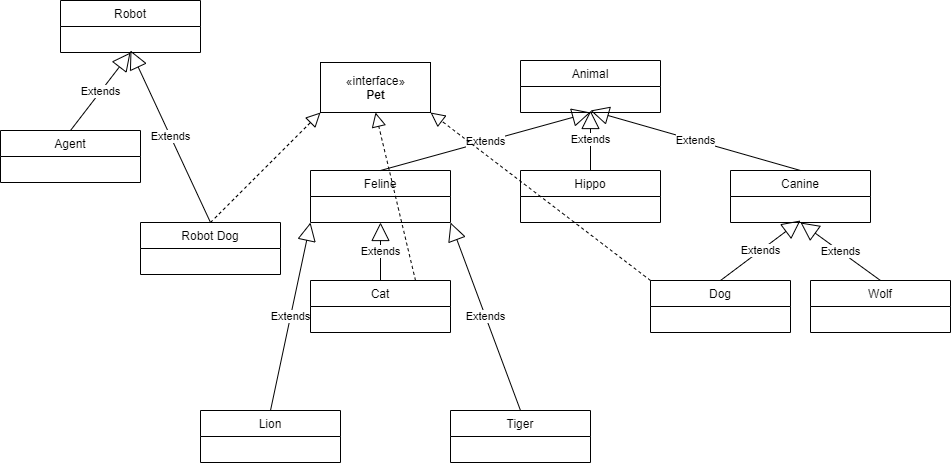
The draw.io diagram images/animal-lab-uml.png in efoxblack/pcLab, before a commit. Source tidied: cells renumbered, new cells last; positions are measured from the earlier drawing's top-left corner, leaving out a move shared by most shapes. The source it was exported from:
```xml
<mxGraphModel>
  <root>
    <mxCell id="0" />
    <mxCell id="1" parent="0" />
    <mxCell id="2" value="«interface»&lt;br&gt;&lt;b&gt;Pet&lt;/b&gt;" style="html=1;" parent="1" vertex="1">
      <mxGeometry x="320" y="62" width="110" height="50" as="geometry" />
    </mxCell>
    <mxCell id="3" value="Canine" style="swimlane;fontStyle=0;horizontal=1;startSize=26;fillColor=none;" parent="1" vertex="1">
      <mxGeometry x="730" y="170" width="140" height="52" as="geometry" />
    </mxCell>
    <mxCell id="4" value="Feline" style="swimlane;fontStyle=0;horizontal=1;startSize=26;fillColor=none;" parent="1" vertex="1">
      <mxGeometry x="310" y="170" width="140" height="52" as="geometry" />
    </mxCell>
    <mxCell id="5" value="Hippo" style="swimlane;fontStyle=0;horizontal=1;startSize=26;fillColor=none;" parent="1" vertex="1">
      <mxGeometry x="520" y="170" width="140" height="52" as="geometry" />
    </mxCell>
    <mxCell id="6" value="Animal" style="swimlane;fontStyle=0;horizontal=1;startSize=26;fillColor=none;" parent="1" vertex="1">
      <mxGeometry x="520" y="60" width="140" height="52" as="geometry" />
    </mxCell>
    <mxCell id="7" value="Lion" style="swimlane;fontStyle=0;horizontal=1;startSize=26;fillColor=none;" parent="1" vertex="1">
      <mxGeometry x="200" y="410" width="140" height="52" as="geometry" />
    </mxCell>
    <mxCell id="8" value="Cat" style="swimlane;fontStyle=0;horizontal=1;startSize=26;fillColor=none;" parent="1" vertex="1">
      <mxGeometry x="310" y="280" width="140" height="52" as="geometry" />
    </mxCell>
    <mxCell id="9" value="Tiger" style="swimlane;fontStyle=0;horizontal=1;startSize=26;fillColor=none;" parent="1" vertex="1">
      <mxGeometry x="450" y="410" width="140" height="52" as="geometry" />
    </mxCell>
    <mxCell id="10" value="Robot" style="swimlane;fontStyle=0;horizontal=1;startSize=26;fillColor=none;" parent="1" vertex="1">
      <mxGeometry x="60" width="140" height="52" as="geometry" />
    </mxCell>
    <mxCell id="11" value="Agent" style="swimlane;fontStyle=0;horizontal=1;startSize=26;fillColor=none;" parent="1" vertex="1">
      <mxGeometry y="130" width="140" height="52" as="geometry" />
    </mxCell>
    <mxCell id="12" value="Robot Dog" style="swimlane;fontStyle=0;horizontal=1;startSize=26;fillColor=none;" parent="1" vertex="1">
      <mxGeometry x="140" y="222" width="140" height="52" as="geometry" />
    </mxCell>
    <mxCell id="13" value="Extends" style="endArrow=block;endSize=16;endFill=0;html=1;exitX=0.5;exitY=0;exitDx=0;exitDy=0;entryX=0.5;entryY=1;entryDx=0;entryDy=0;" parent="1" edge="1" source="8" target="4">
      <mxGeometry relative="1" as="geometry" />
    </mxCell>
    <mxCell id="14" value="Extends" style="endArrow=block;endSize=16;endFill=0;html=1;entryX=0.5;entryY=1;entryDx=0;entryDy=0;exitX=0.5;exitY=0;exitDx=0;exitDy=0;" parent="1" edge="1" source="4" target="6">
      <mxGeometry relative="1" as="geometry" />
    </mxCell>
    <mxCell id="15" value="Extends" style="endArrow=block;endSize=16;endFill=0;html=1;exitX=0.5;exitY=0;exitDx=0;exitDy=0;" parent="1" edge="1" source="5">
      <mxGeometry relative="1" as="geometry">
        <mxPoint x="590" y="110" as="targetPoint" />
      </mxGeometry>
    </mxCell>
    <mxCell id="16" value="Extends" style="endArrow=block;endSize=16;endFill=0;html=1;exitX=0.5;exitY=0;exitDx=0;exitDy=0;" parent="1" edge="1" source="3">
      <mxGeometry relative="1" as="geometry">
        <mxPoint x="590" y="110" as="targetPoint" />
      </mxGeometry>
    </mxCell>
    <mxCell id="17" value="Extends" style="endArrow=block;endSize=16;endFill=0;html=1;entryX=0.5;entryY=1;entryDx=0;entryDy=0;exitX=0.5;exitY=0;exitDx=0;exitDy=0;" parent="1" edge="1" source="25" target="3">
      <mxGeometry relative="1" as="geometry" />
    </mxCell>
    <mxCell id="18" value="Extends" style="endArrow=block;endSize=16;endFill=0;html=1;exitX=0.5;exitY=0;exitDx=0;exitDy=0;" parent="1" edge="1" source="24">
      <mxGeometry relative="1" as="geometry">
        <mxPoint x="800" y="220" as="targetPoint" />
      </mxGeometry>
    </mxCell>
    <mxCell id="19" value="Extends" style="endArrow=block;endSize=16;endFill=0;html=1;entryX=0.5;entryY=1;entryDx=0;entryDy=0;exitX=0.5;exitY=0;exitDx=0;exitDy=0;" parent="1" edge="1" source="11" target="10">
      <mxGeometry relative="1" as="geometry" />
    </mxCell>
    <mxCell id="20" value="Extends" style="endArrow=block;endSize=16;endFill=0;html=1;exitX=0.5;exitY=0;exitDx=0;exitDy=0;" parent="1" edge="1" source="12">
      <mxGeometry relative="1" as="geometry">
        <mxPoint x="130" y="50" as="targetPoint" />
      </mxGeometry>
    </mxCell>
    <mxCell id="21" value="Extends" style="endArrow=block;endSize=16;endFill=0;html=1;entryX=0;entryY=1;entryDx=0;entryDy=0;exitX=0.5;exitY=0;exitDx=0;exitDy=0;" parent="1" edge="1" source="7" target="4">
      <mxGeometry relative="1" as="geometry" />
    </mxCell>
    <mxCell id="22" value="Extends" style="endArrow=block;endSize=16;endFill=0;html=1;entryX=1;entryY=1;entryDx=0;entryDy=0;exitX=0.5;exitY=0;exitDx=0;exitDy=0;" parent="1" edge="1" source="9" target="4">
      <mxGeometry relative="1" as="geometry" />
    </mxCell>
    <mxCell id="23" style="endArrow=block;dashed=1;endFill=0;endSize=12;html=1;exitX=0.75;exitY=0;exitDx=0;exitDy=0;entryX=0.5;entryY=1;entryDx=0;entryDy=0;" parent="1" edge="1" source="8" target="2">
      <mxGeometry relative="1" as="geometry" />
    </mxCell>
    <mxCell id="24" value="Dog" style="swimlane;fontStyle=0;horizontal=1;startSize=26;fillColor=none;" parent="1" vertex="1">
      <mxGeometry x="650" y="280" width="140" height="52" as="geometry" />
    </mxCell>
    <mxCell id="25" value="Wolf" style="swimlane;fontStyle=0;horizontal=1;startSize=26;fillColor=none;" parent="1" vertex="1">
      <mxGeometry x="810" y="280" width="140" height="52" as="geometry" />
    </mxCell>
    <mxCell id="26" style="endArrow=block;dashed=1;endFill=0;endSize=12;html=1;exitX=0;exitY=0;exitDx=0;exitDy=0;entryX=1;entryY=1;entryDx=0;entryDy=0;" parent="1" edge="1" source="24" target="2">
      <mxGeometry relative="1" as="geometry" />
    </mxCell>
    <mxCell id="27" style="endArrow=block;dashed=1;endFill=0;endSize=12;html=1;exitX=0.5;exitY=0;exitDx=0;exitDy=0;entryX=0;entryY=1;entryDx=0;entryDy=0;" parent="1" edge="1" source="12" target="2">
      <mxGeometry relative="1" as="geometry" />
    </mxCell>
  </root>
</mxGraphModel>
```
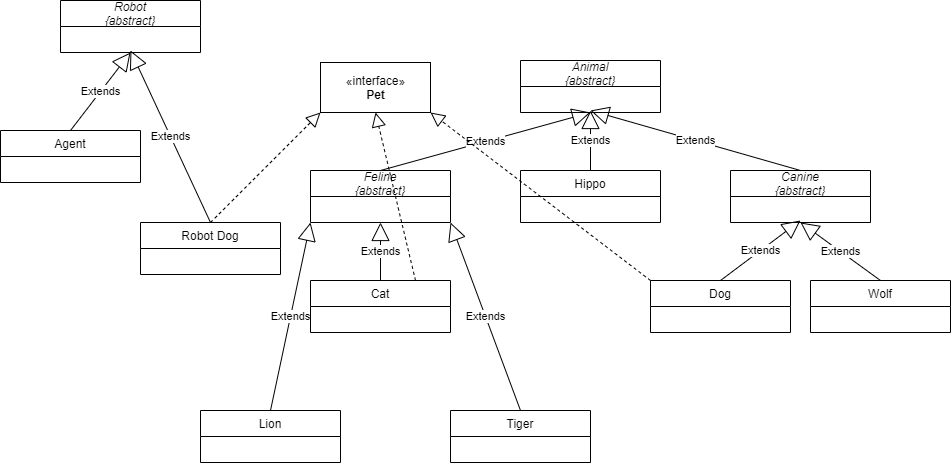
After the commit.

Commit message:
Fix animal lab uml

What changed in the source:
```diff
@@ -5,16 +5,16 @@
     <mxCell id="2" value="«interface»&lt;br&gt;&lt;b&gt;Pet&lt;/b&gt;" style="html=1;" parent="1" vertex="1">
       <mxGeometry x="320" y="62" width="110" height="50" as="geometry" />
     </mxCell>
-    <mxCell id="3" value="Canine" style="swimlane;fontStyle=0;horizontal=1;startSize=26;fillColor=none;" parent="1" vertex="1">
+    <mxCell id="3" value="Canine&#10;{abstract}" style="swimlane;fontStyle=2;horizontal=1;startSize=26;fillColor=none;" parent="1" vertex="1">
       <mxGeometry x="730" y="170" width="140" height="52" as="geometry" />
     </mxCell>
-    <mxCell id="4" value="Feline" style="swimlane;fontStyle=0;horizontal=1;startSize=26;fillColor=none;" parent="1" vertex="1">
+    <mxCell id="4" value="Feline&#10;{abstract}" style="swimlane;fontStyle=2;horizontal=1;startSize=26;fillColor=none;" parent="1" vertex="1">
       <mxGeometry x="310" y="170" width="140" height="52" as="geometry" />
     </mxCell>
     <mxCell id="5" value="Hippo" style="swimlane;fontStyle=0;horizontal=1;startSize=26;fillColor=none;" parent="1" vertex="1">
       <mxGeometry x="520" y="170" width="140" height="52" as="geometry" />
     </mxCell>
-    <mxCell id="6" value="Animal" style="swimlane;fontStyle=0;horizontal=1;startSize=26;fillColor=none;" parent="1" vertex="1">
+    <mxCell id="6" value="Animal&#10;{abstract}" style="swimlane;fontStyle=2;horizontal=1;startSize=26;fillColor=none;" parent="1" vertex="1">
       <mxGeometry x="520" y="60" width="140" height="52" as="geometry" />
     </mxCell>
     <mxCell id="7" value="Lion" style="swimlane;fontStyle=0;horizontal=1;startSize=26;fillColor=none;" parent="1" vertex="1">
@@ -26,7 +26,7 @@
     <mxCell id="9" value="Tiger" style="swimlane;fontStyle=0;horizontal=1;startSize=26;fillColor=none;" parent="1" vertex="1">
       <mxGeometry x="450" y="410" width="140" height="52" as="geometry" />
     </mxCell>
-    <mxCell id="10" value="Robot" style="swimlane;fontStyle=0;horizontal=1;startSize=26;fillColor=none;" parent="1" vertex="1">
+    <mxCell id="10" value="Robot&#10;{abstract}" style="swimlane;fontStyle=2;horizontal=1;startSize=26;fillColor=none;" parent="1" vertex="1">
       <mxGeometry x="60" width="140" height="52" as="geometry" />
     </mxCell>
     <mxCell id="11" value="Agent" style="swimlane;fontStyle=0;horizontal=1;startSize=26;fillColor=none;" parent="1" vertex="1">
```
